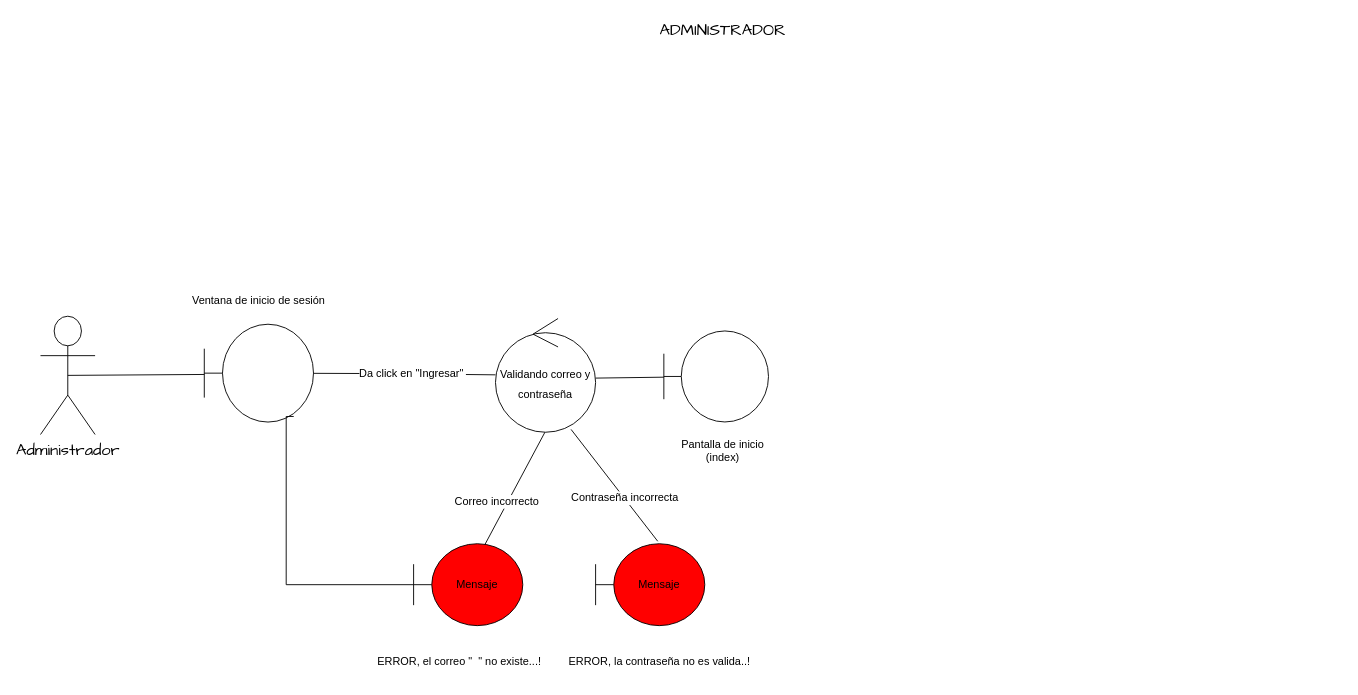
The draw.io diagram Untitled Diagram.drawio in ArianaST/Diagramas, before the edit. Source tidied: cells renumbered, new cells numbered last; positions are measured from the earlier drawing's top-left corner, leaving out a move shared by most shapes. Both pictures are drawn from the tidied source at 91%, with x=0, y=0 at pixel (40, 15).
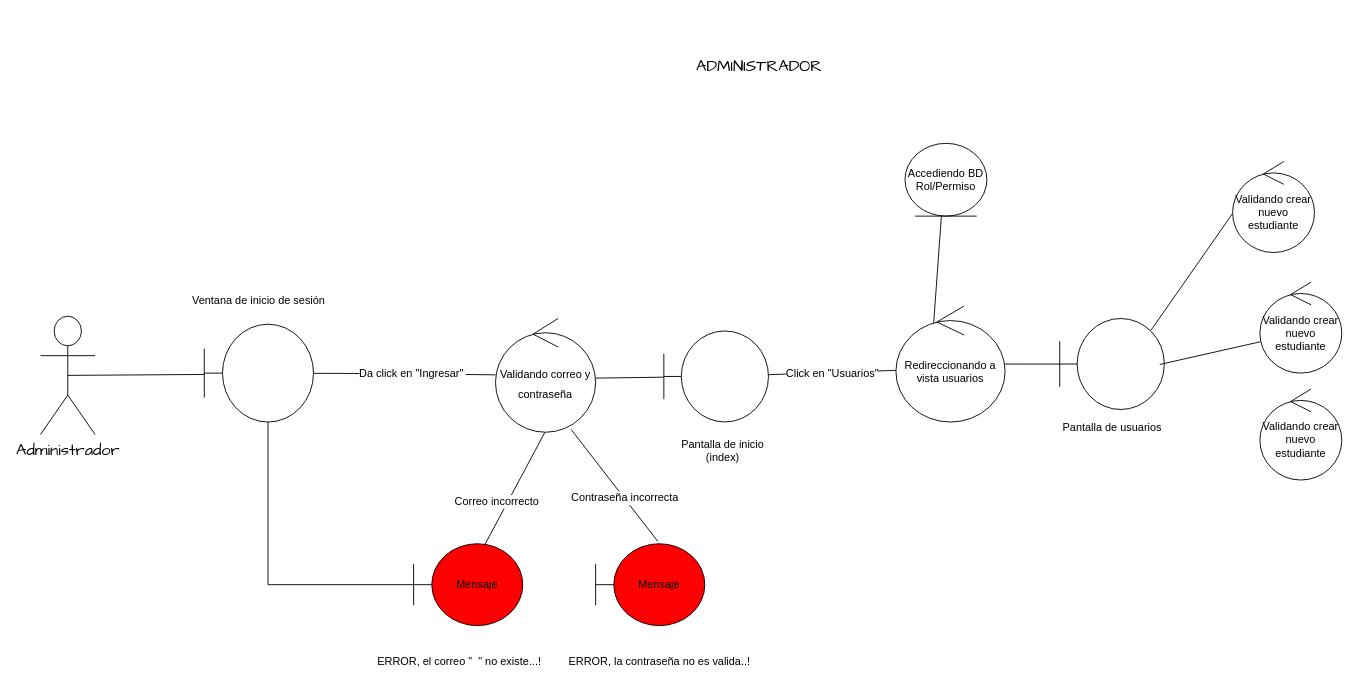
The same page after the edit.

The change refers to these unchanged cells:
```xml
<mxCell id="10" style="shape=umlBoundary;whiteSpace=wrap;html=1;fontFamily=Helvetica;fontSize=12;" parent="1" vertex="1">
  <mxGeometry x="685" y="346.2" width="115" height="100" as="geometry" />
</mxCell>
<mxCell id="15" value="Mensaje" style="shape=umlBoundary;whiteSpace=wrap;html=1;fillColor=#FF0000;" parent="1" vertex="1">
  <mxGeometry x="410" y="580" width="120" height="90" as="geometry" />
</mxCell>
```

The edit, as a diff of the source:
```diff
@@
     <mxCell id="2" value="&lt;font style=&quot;font-size: 18px;&quot; face=&quot;Comic Sans MS&quot;&gt;ADMINISTRADOR&lt;/font&gt;" style="text;html=1;strokeColor=none;fillColor=none;align=center;verticalAlign=middle;whiteSpace=wrap;rounded=0;" parent="1" vertex="1">
-      <mxGeometry x="720" width="60" height="30" as="geometry" />
+      <mxGeometry x="760" y="40" width="60" height="30" as="geometry" />
     </mxCell>
@@
-    <mxCell id="4" style="shape=umlBoundary;whiteSpace=wrap;html=1;fontFamily=Comic Sans MS;fontSize=18;" parent="1" vertex="1">
-      <mxGeometry x="180" y="338.8" width="120" height="107.5" as="geometry" />
-    </mxCell>
@@
-    <mxCell id="16" style="endArrow=none;html=1;rounded=0;fontFamily=Comic Sans MS;fontSize=18;edgeStyle=orthogonalEdgeStyle;exitX=0.819;exitY=0.943;exitDx=0;exitDy=0;exitPerimeter=0;" parent="1" edge="1" source="4" target="15">
+    <mxCell id="16" style="endArrow=none;html=1;rounded=0;fontFamily=Comic Sans MS;fontSize=18;edgeStyle=orthogonalEdgeStyle;" parent="1" edge="1" source="4" target="15">
       <mxGeometry relative="1" as="geometry">
         <Array as="points">
-          <mxPoint x="270" y="440" />
-          <mxPoint x="270" y="625" />
+          <mxPoint x="250" y="625" />
         </Array>
       </mxGeometry>
     </mxCell>
@@
+    <mxCell id="4" style="shape=umlBoundary;whiteSpace=wrap;html=1;fontFamily=Comic Sans MS;fontSize=18;" parent="1" vertex="1">
+      <mxGeometry x="180" y="338.8" width="120" height="107.5" as="geometry" />
+    </mxCell>
+    <mxCell id="22" style="endArrow=none;html=1;rounded=0;fontFamily=Comic Sans MS;fontSize=18;entryX=0.007;entryY=0.554;entryDx=0;entryDy=0;entryPerimeter=0;" parent="1" edge="1" source="10" target="24">
+      <mxGeometry relative="1" as="geometry" />
+    </mxCell>
+    <mxCell id="23" value="Click en &quot;Usuarios&quot;" style="edgeLabel;html=1;align=center;verticalAlign=middle;fontSize=12;fontFamily=Helvetica;" parent="22" vertex="1">
+      <mxGeometry x="-0.29" y="5" relative="1" as="geometry">
+        <mxPoint x="20" y="5" as="offset" />
+      </mxGeometry>
+    </mxCell>
+    <mxCell id="24" value="Redireccionando a vista usuarios" style="ellipse;shape=umlControl;whiteSpace=wrap;html=1;fontFamily=Helvetica;fontSize=12;" parent="1" vertex="1">
+      <mxGeometry x="940" y="318.8" width="120" height="127.5" as="geometry" />
+    </mxCell>
+    <mxCell id="25" style="endArrow=none;html=1;rounded=0;fontFamily=Comic Sans MS;fontSize=18;entryX=-0.001;entryY=0.501;entryDx=0;entryDy=0;entryPerimeter=0;" parent="1" edge="1" source="24" target="26">
+      <mxGeometry relative="1" as="geometry" />
+    </mxCell>
+    <mxCell id="26" style="shape=umlBoundary;whiteSpace=wrap;html=1;fontFamily=Helvetica;fontSize=12;" parent="1" vertex="1">
+      <mxGeometry x="1120" y="332.5" width="115" height="100" as="geometry" />
+    </mxCell>
+    <mxCell id="27" value="Pantalla de usuarios" style="text;html=1;strokeColor=none;fillColor=none;align=center;verticalAlign=middle;whiteSpace=wrap;rounded=0;" parent="1" vertex="1">
+      <mxGeometry x="1117.5" y="432.5" width="120" height="40" as="geometry" />
+    </mxCell>
+    <mxCell id="28" style="endArrow=none;html=1;rounded=0;fontFamily=Comic Sans MS;fontSize=18;exitX=0.346;exitY=0.147;exitDx=0;exitDy=0;exitPerimeter=0;" parent="1" edge="1" source="24">
+      <mxGeometry relative="1" as="geometry">
+        <mxPoint x="990" y="220" as="targetPoint" />
+      </mxGeometry>
+    </mxCell>
+    <mxCell id="29" value="Accediendo BD Rol/Permiso" style="ellipse;shape=umlEntity;whiteSpace=wrap;html=1;fontFamily=Helvetica;fontSize=12;" parent="1" vertex="1">
+      <mxGeometry x="950" y="140" width="90" height="80" as="geometry" />
+    </mxCell>
+    <mxCell id="30" style="endArrow=none;html=1;rounded=0;fontFamily=Comic Sans MS;fontSize=18;entryX=0.873;entryY=0.128;entryDx=0;entryDy=0;entryPerimeter=0;exitX=-0.001;exitY=0.572;exitDx=0;exitDy=0;exitPerimeter=0;" parent="1" edge="1" source="31" target="26">
+      <mxGeometry relative="1" as="geometry" />
+    </mxCell>
+    <mxCell id="31" value="Validando crear nuevo estudiante" style="ellipse;shape=umlControl;whiteSpace=wrap;html=1;fontFamily=Helvetica;fontSize=12;" parent="1" vertex="1">
+      <mxGeometry x="1310" y="160" width="90" height="100" as="geometry" />
+    </mxCell>
+    <mxCell id="32" style="endArrow=none;html=1;rounded=0;fontFamily=Comic Sans MS;fontSize=18;exitX=0.005;exitY=0.656;exitDx=0;exitDy=0;exitPerimeter=0;" parent="1" edge="1" source="33">
+      <mxGeometry relative="1" as="geometry">
+        <mxPoint x="1230" y="383" as="targetPoint" />
+      </mxGeometry>
+    </mxCell>
+    <mxCell id="33" value="Validando crear nuevo estudiante" style="ellipse;shape=umlControl;whiteSpace=wrap;html=1;fontFamily=Helvetica;fontSize=12;" parent="1" vertex="1">
+      <mxGeometry x="1340" y="292.5" width="90" height="100" as="geometry" />
+    </mxCell>
+    <mxCell id="34" value="Validando crear nuevo estudiante" style="ellipse;shape=umlControl;whiteSpace=wrap;html=1;fontFamily=Helvetica;fontSize=12;" parent="1" vertex="1">
+      <mxGeometry x="1340" y="410" width="90" height="100" as="geometry" />
+    </mxCell>
```
